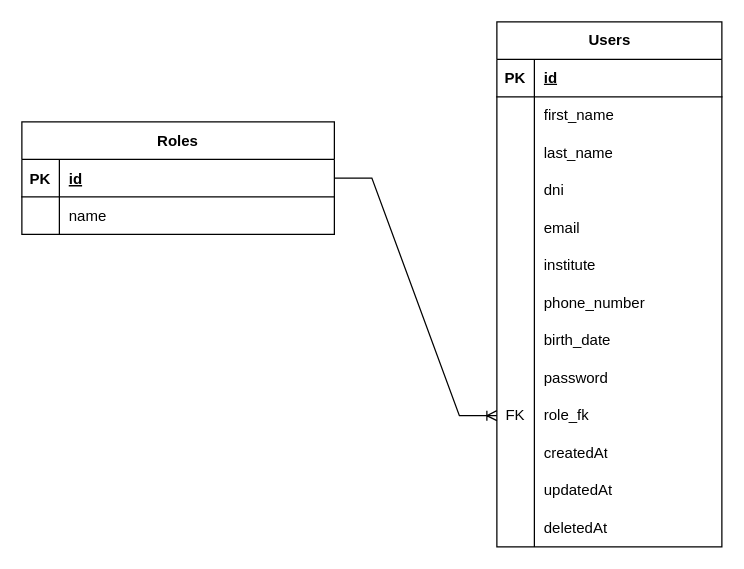
sr-roboto/DIAGRAM_LEXIMATE keeps this draw.io diagram as Diagrama sin título.drawio. Above is the earlier version. Source tidied: cells renumbered, new cells numbered last; positions are measured from the earlier drawing's top-left corner, leaving out a move shared by most shapes. Both pictures are drawn from the tidied source at 125%, with x=0, y=0 at pixel (21, 21).
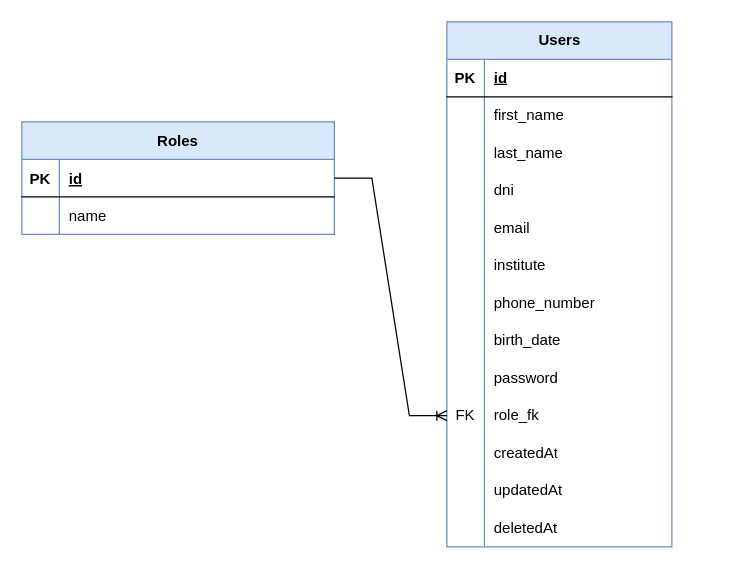
After the change.

Unchanged cells that the change refers to:
```xml
<mxCell id="19" style="shape=tableRow;horizontal=0;startSize=0;swimlaneHead=0;swimlaneBody=0;fillColor=none;top=0;left=0;right=0;bottom=0;" parent="9" vertex="1">
  <mxGeometry y="120" width="180" height="30" as="geometry" />
</mxCell>
```

The edit, as a diff of the source:
```diff
@@
-    <mxCell id="2" value="Roles" style="shape=table;startSize=30;childLayout=tableLayout;rowLines=0;fontStyle=1;align=center;" parent="1" vertex="1">
+    <mxCell id="2" value="Roles" style="shape=table;startSize=30;childLayout=tableLayout;rowLines=0;fontStyle=1;align=center;fillColor=#dae8fc;strokeColor=#6c8ebf;" parent="1" vertex="1">
       <mxGeometry y="80" width="250" height="90" as="geometry" />
     </mxCell>
@@
-    <mxCell id="9" value="Users" style="shape=table;startSize=30;childLayout=tableLayout;rowLines=0;fontStyle=1;align=center;html=1;" parent="1" vertex="1">
-      <mxGeometry x="380" width="180" height="420" as="geometry" />
+    <mxCell id="9" value="Users" style="shape=table;startSize=30;childLayout=tableLayout;rowLines=0;fontStyle=1;align=center;html=1;fillColor=#dae8fc;strokeColor=#6c8ebf;" parent="1" vertex="1">
+      <mxGeometry x="340" width="180" height="420" as="geometry" />
     </mxCell>
@@
-    <mxCell id="21" value="dni" style="shape=partialRectangle;fillColor=none;top=0;left=0;bottom=0;right=0;align=left;spacingLeft=6;overflow=hidden;whiteSpace=wrap;html=1;" parent="19" vertex="1">
+    <mxCell id="21" value="dni" style="shape=partialRectangle;top=0;left=0;bottom=0;right=0;align=left;spacingLeft=6;overflow=hidden;whiteSpace=wrap;html=1;fillColor=none;" parent="19" vertex="1">
       <mxGeometry x="30" width="150" height="30" as="geometry" />
     </mxCell>
```
